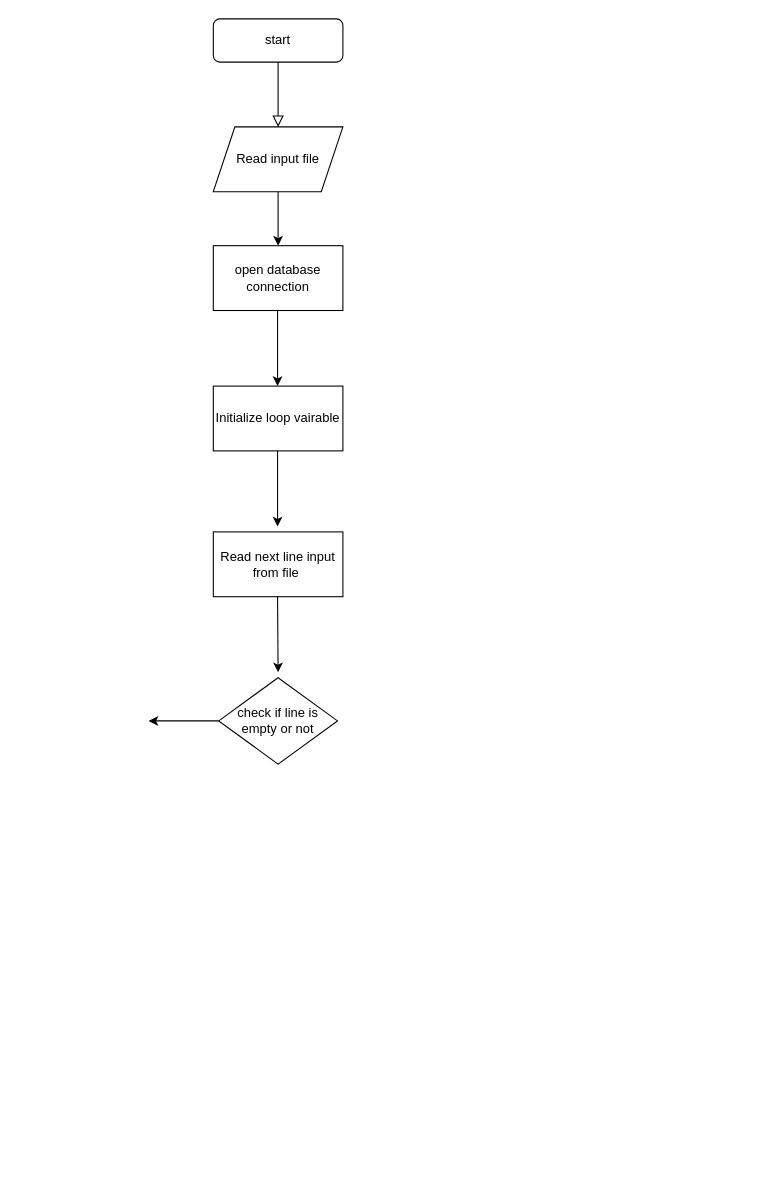
Earlier version of the draw.io diagram Untitled Diagram.drawio (amit-jha99/cv). Source tidied: cells renumbered, new cells numbered last; positions are measured from the earlier drawing's top-left corner, leaving out a move shared by most shapes. Both pictures are drawn from the tidied source at 108%, with x=0, y=0 at pixel (148, 18).
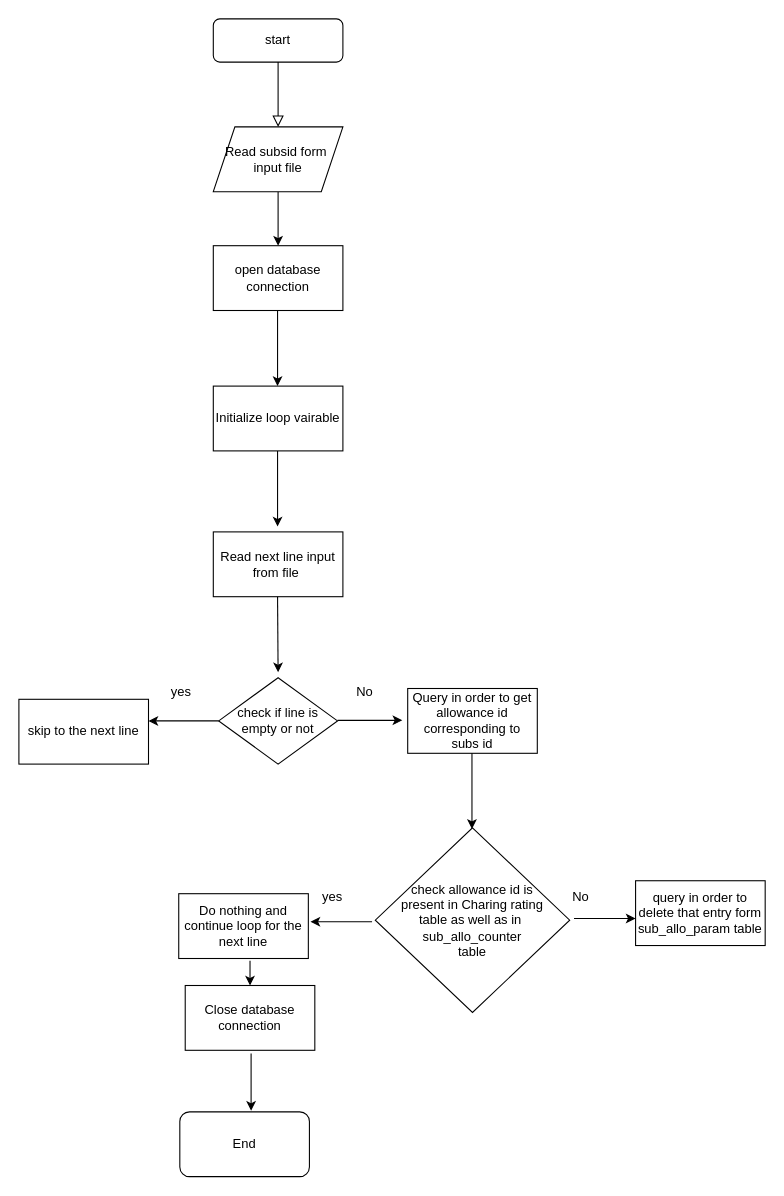
The same diagram, later.

Diff of the diagram source:
```diff
@@
-    <mxCell id="5" value="Read input file" style="shape=parallelogram;perimeter=parallelogramPerimeter;whiteSpace=wrap;html=1;fixedSize=1;" parent="1" vertex="1">
+    <mxCell id="5" value="Read subsid form&amp;nbsp;&lt;div&gt;input file&lt;/div&gt;" style="shape=parallelogram;perimeter=parallelogramPerimeter;whiteSpace=wrap;html=1;fixedSize=1;" parent="1" vertex="1">
       <mxGeometry x="60" y="100" width="120" height="60" as="geometry" />
     </mxCell>
@@
+    <mxCell id="14" value="yes" style="text;html=1;align=center;verticalAlign=middle;strokeColor=none;fillColor=none;" parent="1" vertex="1">
+      <mxGeometry x="10" y="608" width="40" height="30" as="geometry" />
+    </mxCell>
+    <mxCell id="15" value="skip to the next line" style="rounded=0;whiteSpace=wrap;html=1;" parent="1" vertex="1">
+      <mxGeometry x="-120" y="630" width="120" height="60" as="geometry" />
+    </mxCell>
+    <mxCell id="16" style="endArrow=classic;html=1;rounded=0;" parent="1" edge="1">
+      <mxGeometry relative="1" as="geometry">
+        <mxPoint x="175" y="649.5" as="sourcePoint" />
+        <mxPoint x="235" y="649.5" as="targetPoint" />
+      </mxGeometry>
+    </mxCell>
+    <mxCell id="17" value="Query in order to get allowance id corresponding to subs id" style="rounded=0;whiteSpace=wrap;html=1;" parent="1" vertex="1">
+      <mxGeometry x="240" y="620" width="120" height="60" as="geometry" />
+    </mxCell>
+    <mxCell id="18" value="No" style="text;html=1;align=center;verticalAlign=middle;strokeColor=none;fillColor=none;" parent="1" vertex="1">
+      <mxGeometry x="180" y="608" width="40" height="30" as="geometry" />
+    </mxCell>
+    <mxCell id="19" style="endArrow=classic;html=1;rounded=0;" parent="1" edge="1">
+      <mxGeometry relative="1" as="geometry">
+        <mxPoint x="299.5" y="680" as="sourcePoint" />
+        <mxPoint x="299.5" y="750" as="targetPoint" />
+      </mxGeometry>
+    </mxCell>
+    <mxCell id="20" value="check allowance id is&lt;div&gt;present in Charing rating&lt;/div&gt;&lt;div&gt;table as well as in&amp;nbsp;&lt;/div&gt;&lt;div&gt;sub_allo_counter&lt;/div&gt;&lt;div&gt;table&lt;/div&gt;" style="rhombus;whiteSpace=wrap;html=1;" parent="1" vertex="1">
+      <mxGeometry x="210" y="749" width="180" height="171" as="geometry" />
+    </mxCell>
+    <mxCell id="21" style="endArrow=classic;html=1;rounded=0;" parent="1" edge="1">
+      <mxGeometry relative="1" as="geometry">
+        <mxPoint x="207" y="836" as="sourcePoint" />
+        <mxPoint x="150" y="836" as="targetPoint" />
+      </mxGeometry>
+    </mxCell>
+    <mxCell id="22" value="yes" style="text;html=1;align=center;verticalAlign=middle;strokeColor=none;fillColor=none;" parent="1" vertex="1">
+      <mxGeometry x="150" y="798" width="40" height="30" as="geometry" />
+    </mxCell>
+    <mxCell id="23" value="Do nothing and continue loop for the next line" style="rounded=0;whiteSpace=wrap;html=1;" parent="1" vertex="1">
+      <mxGeometry x="28" y="810" width="120" height="60" as="geometry" />
+    </mxCell>
+    <mxCell id="24" value="query in order to delete that entry form sub_allo_param table" style="rounded=0;whiteSpace=wrap;html=1;" parent="1" vertex="1">
+      <mxGeometry x="451" y="798" width="120" height="60" as="geometry" />
+    </mxCell>
+    <mxCell id="25" style="endArrow=classic;html=1;rounded=0;" parent="1" edge="1">
+      <mxGeometry relative="1" as="geometry">
+        <mxPoint x="394" y="833" as="sourcePoint" />
+        <mxPoint x="451" y="833" as="targetPoint" />
+      </mxGeometry>
+    </mxCell>
+    <mxCell id="26" value="No" style="text;html=1;align=center;verticalAlign=middle;strokeColor=none;fillColor=none;" parent="1" vertex="1">
+      <mxGeometry x="380" y="798" width="40" height="30" as="geometry" />
+    </mxCell>
+    <mxCell id="27" style="endArrow=classic;html=1;rounded=0;" parent="1" edge="1" target="28">
+      <mxGeometry relative="1" as="geometry">
+        <mxPoint x="94" y="872" as="sourcePoint" />
+      </mxGeometry>
+    </mxCell>
+    <mxCell id="28" value="Close database connection" style="rounded=0;whiteSpace=wrap;html=1;" parent="1" vertex="1">
+      <mxGeometry x="34" y="895" width="120" height="60" as="geometry" />
+    </mxCell>
+    <mxCell id="29" style="endArrow=classic;html=1;rounded=0;" parent="1" edge="1">
+      <mxGeometry relative="1" as="geometry">
+        <mxPoint x="95" y="958" as="sourcePoint" />
+        <mxPoint x="95" y="1011" as="targetPoint" />
+      </mxGeometry>
+    </mxCell>
+    <mxCell id="30" value="End" style="rounded=1;whiteSpace=wrap;html=1;" parent="1" vertex="1">
+      <mxGeometry x="29" y="1012" width="120" height="60" as="geometry" />
+    </mxCell>
```
